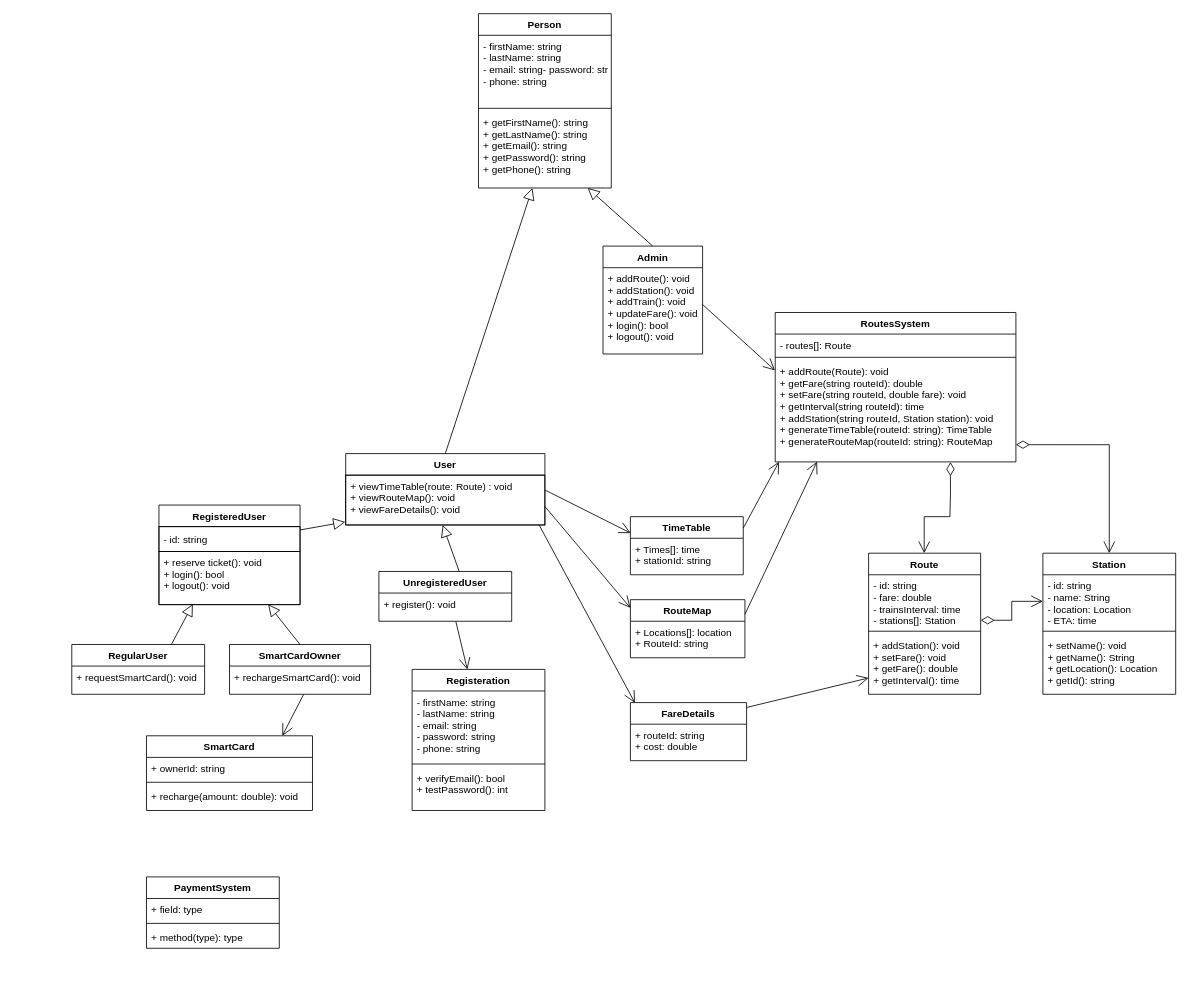
The draw.io diagram ClassDiagram.drawio in yusufnasserdev/Railway-Station-System, before the edit. Source tidied: cells renumbered, new cells numbered last; positions are measured from the earlier drawing's top-left corner, leaving out a move shared by most shapes. Both pictures are drawn from the tidied source at 83%, with x=0, y=0 at pixel (71, 13).
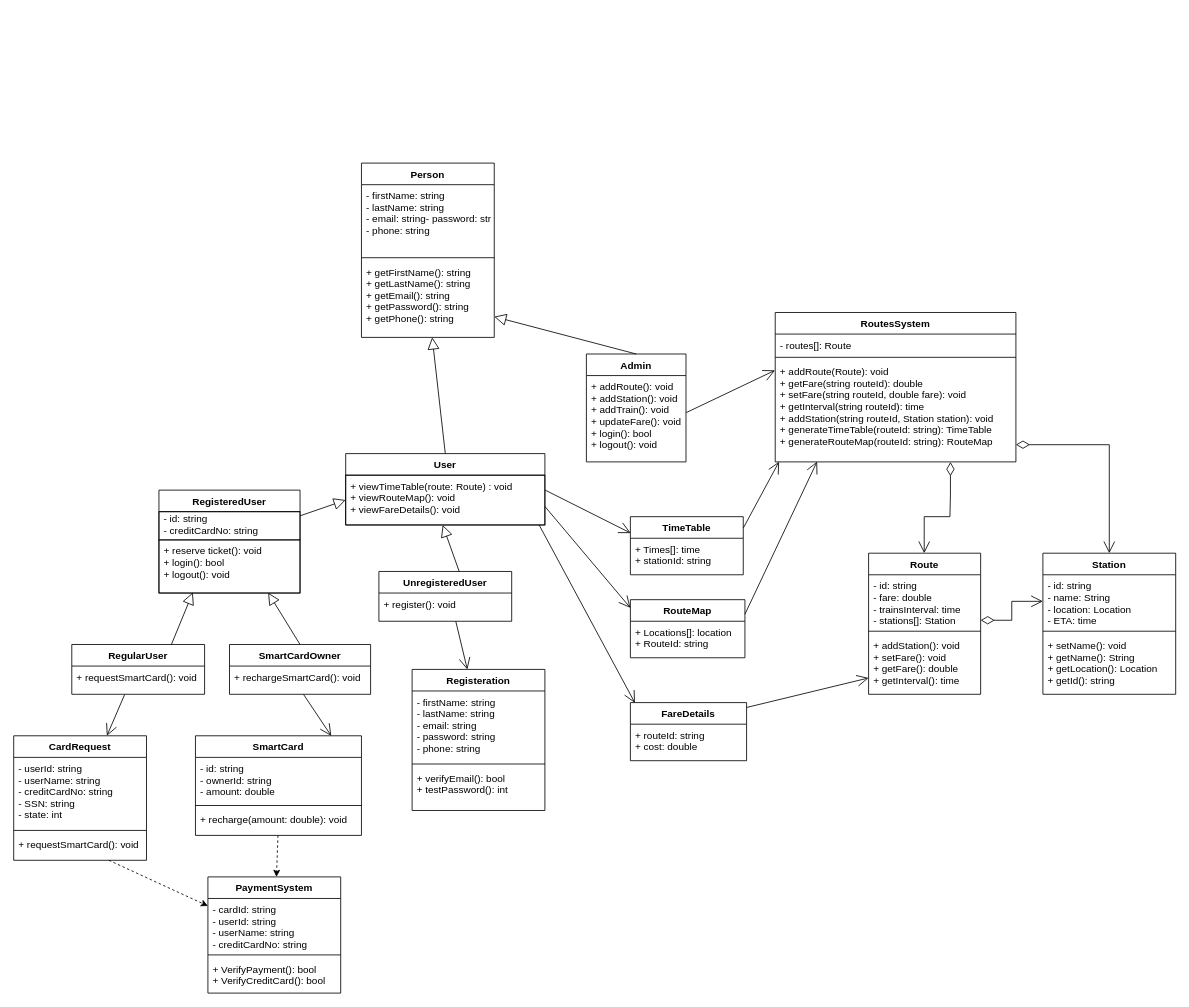
The same diagram, later.

Commit message:
Finished ClassDiagram v1.0

Unchanged cells that the change refers to:
```xml
<mxCell id="3" value="+ viewTimeTable(route: Route) : void&#10;+ viewRouteMap(): void&#10;+ viewFareDetails(): void&#10;&#10;" style="text;strokeColor=default;fillColor=none;align=left;verticalAlign=top;spacingLeft=4;spacingRight=4;overflow=hidden;points=[[0,0.5],[1,0.5]];portConstraint=eastwest;" parent="2" vertex="1">
  <mxGeometry y="26" width="240" height="60" as="geometry" />
</mxCell>
<mxCell id="18" value="+ requestSmartCard(): void" style="text;strokeColor=none;fillColor=none;align=left;verticalAlign=top;spacingLeft=4;spacingRight=4;overflow=hidden;points=[[0,0.5],[1,0.5]];portConstraint=eastwest;" parent="17" vertex="1">
  <mxGeometry y="26" width="160" height="34" as="geometry" />
</mxCell>
```

Diff of the diagram source:
```diff
@@
     <mxCell id="4" value="Admin" style="swimlane;fontStyle=1;align=center;verticalAlign=top;horizontal=1;startSize=26;strokeColor=default;" parent="1" vertex="1">
-      <mxGeometry x="640" y="280" width="120" height="130" as="geometry" />
+      <mxGeometry x="620" y="410" width="120" height="130" as="geometry" />
     </mxCell>
@@
     <mxCell id="6" value="Person" style="swimlane;fontStyle=1;align=center;verticalAlign=top;horizontal=1;startSize=26;strokeColor=default;" parent="1" vertex="1">
-      <mxGeometry x="490" width="160" height="210" as="geometry" />
+      <mxGeometry x="349" y="180" width="160" height="210" as="geometry" />
     </mxCell>
@@
     <mxCell id="14" value="RegisteredUser&#10;" style="swimlane;fontStyle=1;align=center;verticalAlign=top;horizontal=1;startSize=26;strokeColor=default;rotation=0;" parent="1" vertex="1">
-      <mxGeometry x="105" y="592" width="170" height="120" as="geometry" />
+      <mxGeometry x="105" y="574" width="170" height="124" as="geometry" />
     </mxCell>
-    <mxCell id="15" value="- id: string" style="text;strokeColor=default;fillColor=none;align=left;verticalAlign=middle;spacingLeft=4;spacingRight=4;overflow=hidden;glass=0;" parent="14" vertex="1">
-      <mxGeometry y="26" width="170" height="30" as="geometry" />
+    <mxCell id="15" value="- id: string&#10;- creditCardNo: string&#10;" style="text;strokeColor=default;fillColor=none;align=left;verticalAlign=middle;spacingLeft=4;spacingRight=4;overflow=hidden;glass=0;" parent="14" vertex="1">
+      <mxGeometry y="26" width="170" height="34" as="geometry" />
     </mxCell>
     <mxCell id="16" value="+ reserve ticket(): void&#10;+ login(): bool&#10;+ logout(): void" style="text;strokeColor=default;fillColor=none;align=left;verticalAlign=top;spacingLeft=4;spacingRight=4;overflow=hidden;points=[[0,0.5],[1,0.5]];portConstraint=eastwest;rotation=0;" parent="14" vertex="1">
-      <mxGeometry y="56" width="170" height="64" as="geometry" />
+      <mxGeometry y="60" width="170" height="64" as="geometry" />
     </mxCell>
@@
-    <mxCell id="21" style="edgeStyle=none;html=1;endSize=12;endArrow=block;endFill=0;rounded=0;entryX=-0.002;entryY=0.939;entryDx=0;entryDy=0;entryPerimeter=0;exitX=1;exitY=0.25;exitDx=0;exitDy=0;" parent="1" edge="1" source="14" target="3">
+    <mxCell id="21" style="edgeStyle=none;html=1;endSize=12;endArrow=block;endFill=0;rounded=0;entryX=0;entryY=0.5;entryDx=0;entryDy=0;exitX=1;exitY=0.25;exitDx=0;exitDy=0;" parent="1" edge="1" source="14" target="3">
       <mxGeometry relative="1" as="geometry" />
     </mxCell>
@@
     <mxCell id="57" value="SmartCard" style="swimlane;fontStyle=1;align=center;verticalAlign=top;horizontal=1;startSize=26;" parent="1" vertex="1">
-      <mxGeometry x="90" y="870" width="200" height="90" as="geometry" />
+      <mxGeometry x="149" y="870" width="200" height="120" as="geometry" />
     </mxCell>
-    <mxCell id="58" value="+ ownerId: string" style="text;strokeColor=none;fillColor=none;align=left;verticalAlign=top;spacingLeft=4;spacingRight=4;overflow=hidden;" parent="57" vertex="1">
-      <mxGeometry y="26" width="200" height="26" as="geometry" />
+    <mxCell id="58" value="- id: string&#10;- ownerId: string&#10;- amount: double&#10;" style="text;strokeColor=none;fillColor=none;align=left;verticalAlign=top;spacingLeft=4;spacingRight=4;overflow=hidden;" parent="57" vertex="1">
+      <mxGeometry y="26" width="200" height="54" as="geometry" />
     </mxCell>
     <mxCell id="59" style="line;strokeWidth=1;fillColor=none;align=left;verticalAlign=middle;spacingTop=-1;spacingLeft=3;spacingRight=3;labelPosition=right;" parent="57" vertex="1">
-      <mxGeometry y="52" width="200" height="8" as="geometry" />
+      <mxGeometry y="80" width="200" height="8" as="geometry" />
     </mxCell>
-    <mxCell id="60" value="+ recharge(amount: double): void" style="text;strokeColor=none;fillColor=none;align=left;verticalAlign=top;spacingLeft=4;spacingRight=4;overflow=hidden;points=[[0,0.5],[1,0.5]];portConstraint=eastwest;" parent="57" vertex="1">
-      <mxGeometry y="60" width="200" height="30" as="geometry" />
+    <mxCell id="60" value="+ recharge(amount: double): void&#10;" style="text;strokeColor=none;fillColor=none;align=left;verticalAlign=top;spacingLeft=4;spacingRight=4;overflow=hidden;points=[[0,0.5],[1,0.5]];portConstraint=eastwest;" parent="57" vertex="1">
+      <mxGeometry y="88" width="200" height="32" as="geometry" />
     </mxCell>
@@
     <mxCell id="63" value="PaymentSystem" style="swimlane;fontStyle=1;align=center;verticalAlign=top;horizontal=1;startSize=26;glass=0;strokeColor=default;fillColor=none;" parent="1" vertex="1">
-      <mxGeometry x="90" y="1040" width="160" height="86" as="geometry" />
+      <mxGeometry x="164" y="1040" width="160" height="140" as="geometry" />
     </mxCell>
-    <mxCell id="64" value="+ field: type" style="text;strokeColor=none;fillColor=none;align=left;verticalAlign=top;spacingLeft=4;spacingRight=4;overflow=hidden;glass=0;" parent="63" vertex="1">
-      <mxGeometry y="26" width="160" height="26" as="geometry" />
+    <mxCell id="64" value="- cardId: string&#10;- userId: string&#10;- userName: string&#10;- creditCardNo: string&#10;&#10;" style="text;strokeColor=none;fillColor=none;align=left;verticalAlign=top;spacingLeft=4;spacingRight=4;overflow=hidden;glass=0;" parent="63" vertex="1">
+      <mxGeometry y="26" width="160" height="64" as="geometry" />
     </mxCell>
     <mxCell id="65" style="line;strokeWidth=1;fillColor=none;align=left;verticalAlign=middle;spacingTop=-1;spacingLeft=3;spacingRight=3;labelPosition=right;glass=0;" parent="63" vertex="1">
-      <mxGeometry y="52" width="160" height="8" as="geometry" />
+      <mxGeometry y="90" width="160" height="8" as="geometry" />
     </mxCell>
-    <mxCell id="66" value="+ method(type): type" style="text;strokeColor=none;fillColor=none;align=left;verticalAlign=top;spacingLeft=4;spacingRight=4;overflow=hidden;glass=0;" parent="63" vertex="1">
-      <mxGeometry y="60" width="160" height="26" as="geometry" />
+    <mxCell id="66" value="+ VerifyPayment(): bool&#10;+ VerifyCreditCard(): bool&#10;" style="text;strokeColor=none;fillColor=none;align=left;verticalAlign=top;spacingLeft=4;spacingRight=4;overflow=hidden;glass=0;" parent="63" vertex="1">
+      <mxGeometry y="98" width="160" height="42" as="geometry" />
     </mxCell>
+    <mxCell id="67" style="html=1;labelBackgroundColor=#ffffff;startArrow=none;startFill=0;startSize=6;endArrow=classic;endFill=1;endSize=6;jettySize=auto;strokeWidth=1;dashed=1;fontSize=14;rounded=0;" parent="1" edge="1" source="60" target="63">
+      <mxGeometry relative="1" as="geometry" />
+    </mxCell>
+    <mxCell id="68" value="CardRequest" style="swimlane;fontStyle=1;align=center;verticalAlign=top;horizontal=1;startSize=26;" parent="1" vertex="1">
+      <mxGeometry x="-70" y="870" width="160" height="150" as="geometry" />
+    </mxCell>
+    <mxCell id="69" value="- userId: string&#10;- userName: string&#10;- creditCardNo: string&#10;- SSN: string&#10;- state: int&#10;&#10;&#10;&#10;&#10;" style="text;strokeColor=none;fillColor=none;align=left;verticalAlign=top;spacingLeft=4;spacingRight=4;overflow=hidden;" parent="68" vertex="1">
+      <mxGeometry y="26" width="160" height="84" as="geometry" />
+    </mxCell>
+    <mxCell id="70" style="line;strokeWidth=1;fillColor=none;align=left;verticalAlign=middle;spacingTop=-1;spacingLeft=3;spacingRight=3;labelPosition=right;" parent="68" vertex="1">
+      <mxGeometry y="110" width="160" height="8" as="geometry" />
+    </mxCell>
+    <mxCell id="71" value="+ requestSmartCard(): void" style="text;strokeColor=none;fillColor=none;align=left;verticalAlign=top;spacingLeft=4;spacingRight=4;overflow=hidden;points=[[0,0.5],[1,0.5]];portConstraint=eastwest;" parent="68" vertex="1">
+      <mxGeometry y="118" width="160" height="32" as="geometry" />
+    </mxCell>
+    <mxCell id="72" style="html=1;labelBackgroundColor=#ffffff;startArrow=none;startFill=0;startSize=6;endArrow=classic;endFill=1;endSize=6;jettySize=auto;strokeWidth=1;dashed=1;fontSize=14;rounded=0;entryX=0;entryY=0.25;entryDx=0;entryDy=0;" parent="1" edge="1" source="71" target="63">
+      <mxGeometry relative="1" as="geometry" />
+    </mxCell>
+    <mxCell id="73" style="edgeStyle=none;html=1;endArrow=open;endSize=12;verticalAlign=bottom;rounded=0;exitX=0.398;exitY=1.01;exitDx=0;exitDy=0;exitPerimeter=0;" parent="1" edge="1" source="18" target="68">
+      <mxGeometry x="0.12" y="-7" relative="1" as="geometry" />
+    </mxCell>
```
